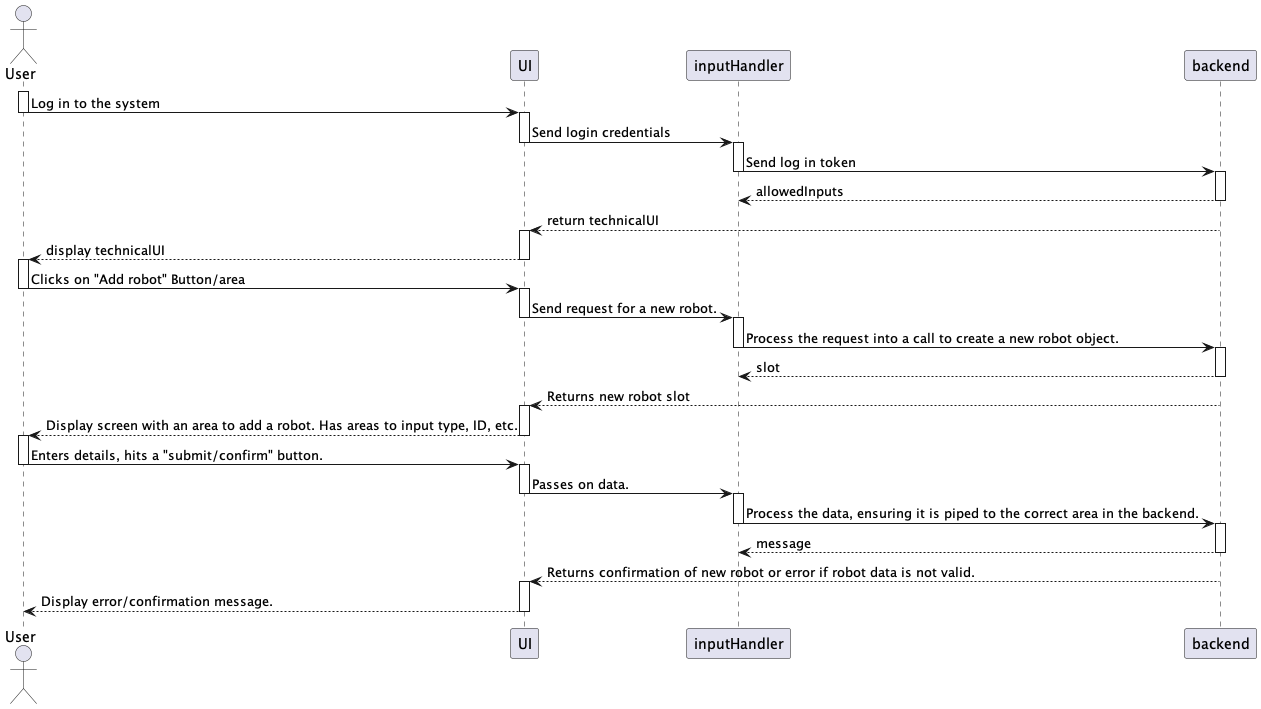
The PlantUML diagram docs/design/Sequence/User_To_UI/TV_Add_View_Robot.png in ur-swe-fa24/main-project-jeck-inc, before a commit. Source of this version:
```plantuml
@startuml aBasicSeqeunceDiagram

actor User
participant UI
participant inputHandler
participant backend

activate User
User -> UI: Log in to the system
deactivate User

activate UI
UI -> inputHandler: Send login credentials
deactivate UI

activate inputHandler
inputHandler -> backend: Send log in token
deactivate inputHandler

activate backend
return allowedInputs
backend --> UI: return technicalUI
deactivate backend

activate UI
UI --> User: display technicalUI
deactivate UI

activate User
User -> UI: Clicks on "Add robot" Button/area
deactivate User

activate UI
UI -> inputHandler: Send request for a new robot.
deactivate UI

activate inputHandler
inputHandler -> backend: Process the request into a call to create a new robot object.
deactivate inputHandler

activate backend
return slot
backend --> UI: Returns new robot slot
deactivate backend

activate UI
UI --> User: Display screen with an area to add a robot. Has areas to input type, ID, etc.
deactivate UI

activate User
User -> UI: Enters details, hits a "submit/confirm" button.
deactivate User

activate UI
UI -> inputHandler: Passes on data.
deactivate UI

activate inputHandler
inputHandler -> backend: Process the data, ensuring it is piped to the correct area in the backend.
deactivate inputHandler

activate backend
return message
backend --> UI: Returns confirmation of new robot or error if robot data is not valid.
deactivate backend

activate UI
UI --> User: Display error/confirmation message.
deactivate UI



@enduml
```
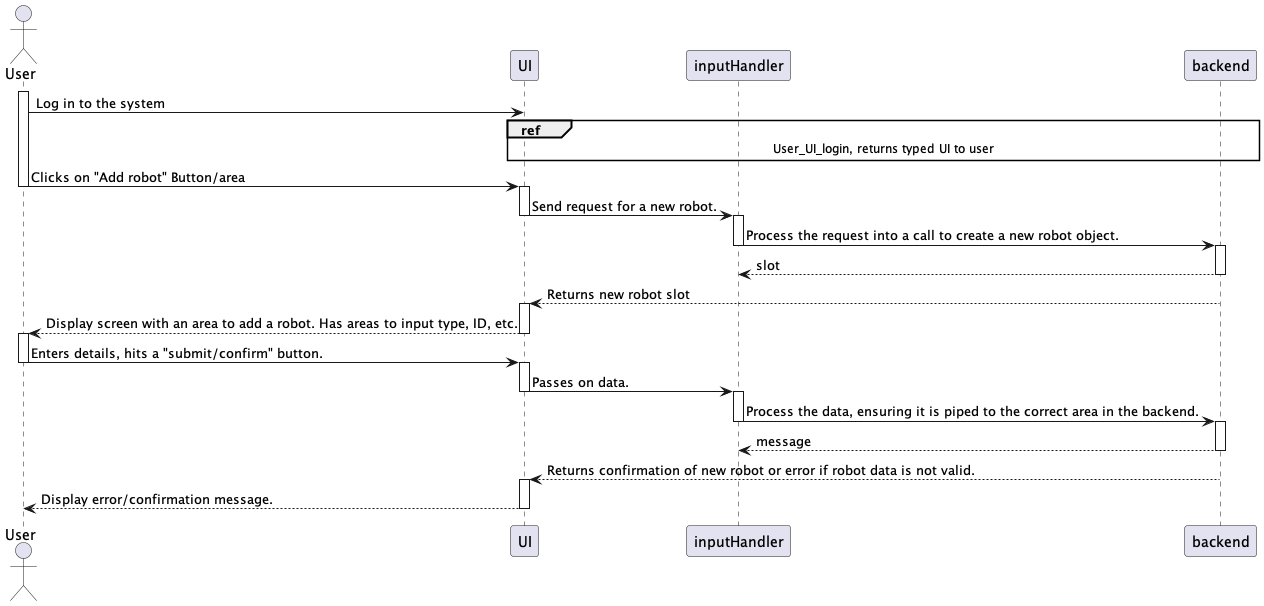
The same file after the commit.

Diff of the diagram source:
```diff
@@ -7,26 +7,7 @@
 
 activate User
 User -> UI: Log in to the system
-deactivate User
-
-activate UI
-UI -> inputHandler: Send login credentials
-deactivate UI
-
-activate inputHandler
-inputHandler -> backend: Send log in token
-deactivate inputHandler
-
-activate backend
-return allowedInputs
-backend --> UI: return technicalUI
-deactivate backend
-
-activate UI
-UI --> User: display technicalUI
-deactivate UI
-
-activate User
+ref over UI, inputHandler, backend : User_UI_login, returns typed UI to user
 User -> UI: Clicks on "Add robot" Button/area
 deactivate User
 
```
